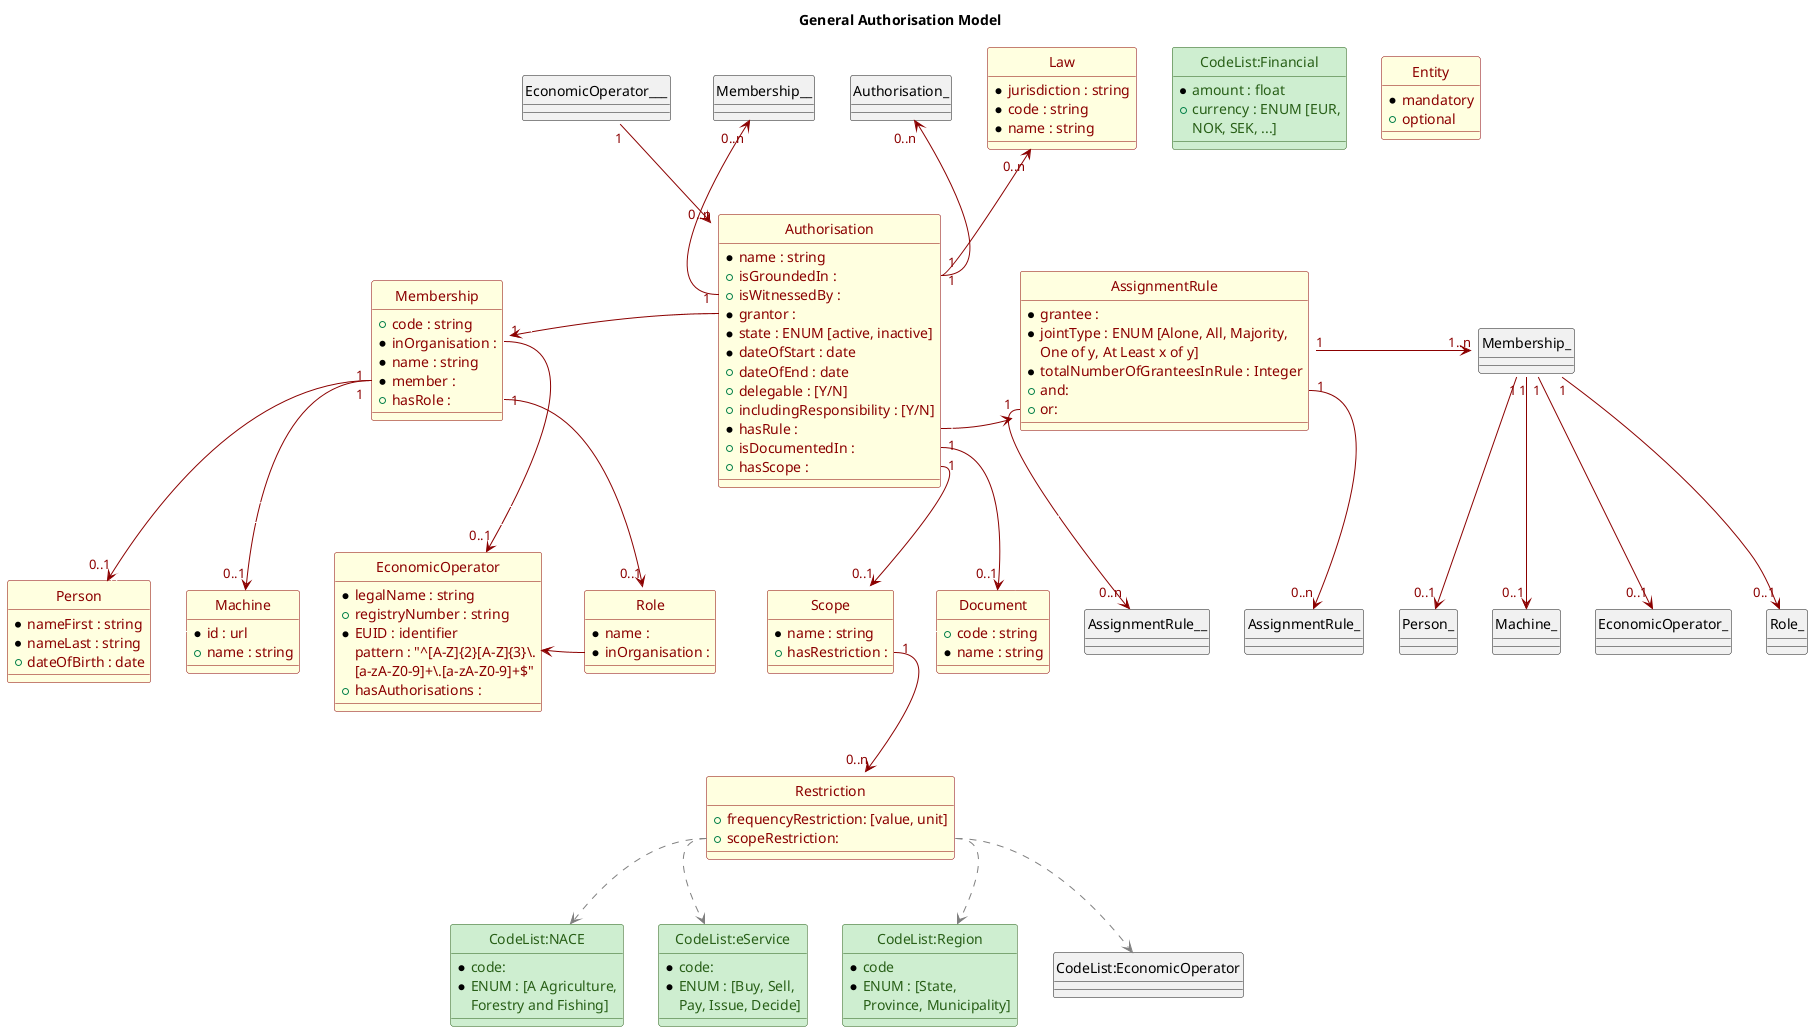
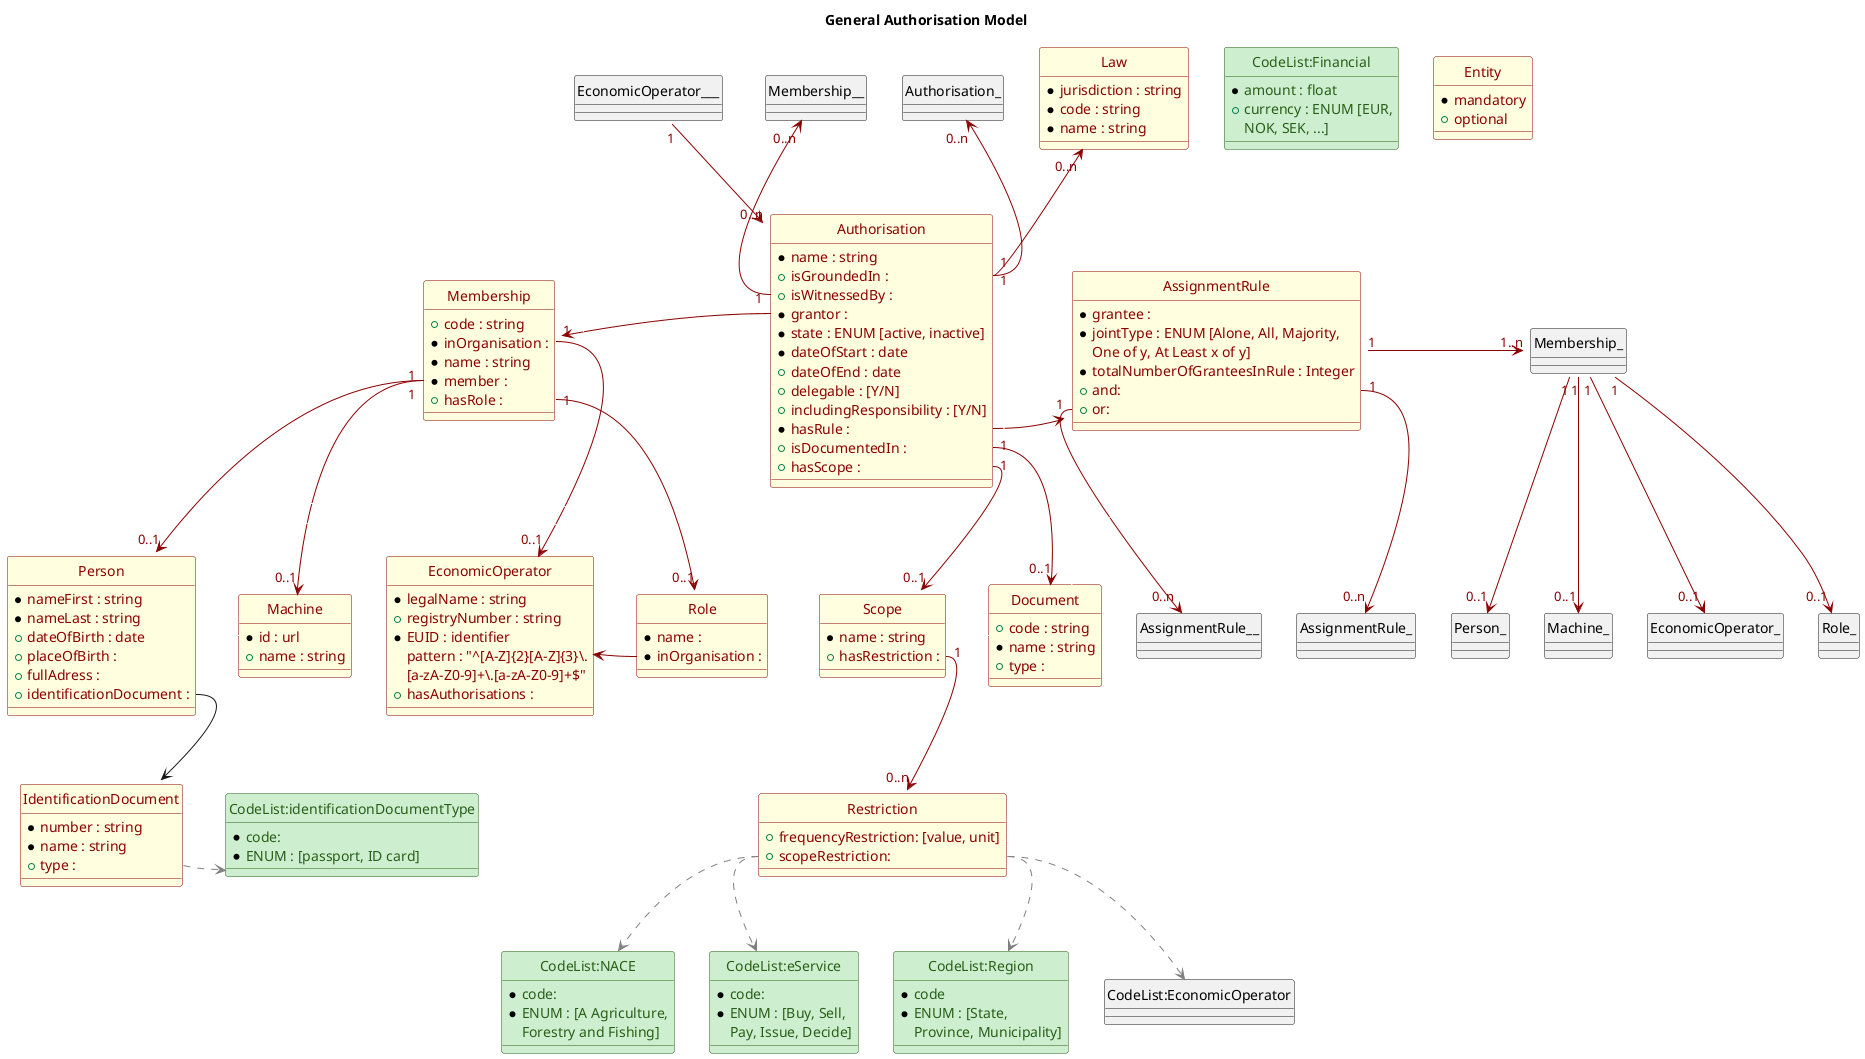
@startuml
title General Authorisation Model

class Authorisation {
 *name : string
 +isGroundedIn :
 +isWitnessedBy :
 *grantor :
 *state : ENUM [active, inactive]
 *dateOfStart : date
 +dateOfEnd : date
 +delegable : [Y/N]
 +includingResponsibility : [Y/N]
 *hasRule :
 +isDocumentedIn :
 +hasScope :
}

class AssignmentRule {
 *grantee :
 *jointType : ENUM [Alone, All, Majority,
 One of y, At Least x of y]
 *totalNumberOfGranteesInRule : Integer
 +and:
 +or:
}

class Law {
 *jurisdiction : string
 *code : string
 *name : string
}

class Document {
 +code : string
 *name : string
+  +type :
+ }
+ 
+ class IdentificationDocument {
+  *number : string
+  *name : string
+  +type :
}

class Membership {
 +code : string
 *inOrganisation :
 *name : string
 *member :
 +hasRole :
}

class Machine {
 *id : url
 +name : string
}

class Person {
 *nameFirst : string
 *nameLast : string
 +dateOfBirth : date
+  +placeOfBirth :
+  +fullAdress :
+  +identificationDocument :
}

class Role {
 *name :
 *inOrganisation :
}

class Restriction {
 +frequencyRestriction: [value, unit]
 +scopeRestriction:
}

class CodeList:Financial
{
 *amount : float
 +currency : ENUM [EUR,
 NOK, SEK, ...]
}

class CodeList:NACE
{
 *code:
 *ENUM : [A Agriculture,
 Forestry and Fishing]
+ }
+ 
+ class CodeList:identificationDocumentType
+ {
+  *code:
+  *ENUM : [passport, ID card]
}

class CodeList:eService
{
 *code:
 *ENUM : [Buy, Sell,
 Pay, Issue, Decide]
}

class CodeList:Region
{
 *code
 *ENUM : [State,
 Province, Municipality]
}

class  EconomicOperator
{
 *legalName : string
 +registryNumber : string
 *EUID : identifier
 pattern : "^[A-Z]{2}[A-Z]{3}\\.
 [a-zA-Z0-9]+\\.[a-zA-Z0-9]+$"
 +hasAuthorisations :
}

class Scope {
 *name : string
 +hasRestriction :
}

class Entity {
 *mandatory
 +optional
}

EconomicOperator___::hasAuthorisations "1" -down-> "0..n" Authorisation #line:DarkRed;text:DarkRed
Authorisation::grantor "1" -left-> "1..n" Membership #line:DarkRed;text:White :_____
Authorisation::isWitnessedBy "1" -up-> "0..n" Membership__ #line:DarkRed;text:DarkRed
Authorisation::isGroundedIn "1" -up-> "0..n" Law #line:DarkRed;text:DarkRed
Authorisation::isGroundedIn "1" -up-> "0..n" Authorisation_ #line:DarkRed;text:DarkRed
Authorisation::hasScope "1" -down-> "0..1" Scope #line:DarkRed;text:DarkRed
Authorisation::isDocumentedIn "1" -down-> "0..1" Document #line:DarkRed;text:DarkRed
Authorisation::hasRule "1" -right-> "1" AssignmentRule #line:DarkRed;text:White :_____

AssignmentRule::isAssignedTo "1" -right-> "1..n" Membership_ #line:DarkRed;text:DarkRed
AssignmentRule::and "1" -down-> "0..n" AssignmentRule_ #line:DarkRed;text:DarkRed
AssignmentRule::or "1" -down-> "0..n" AssignmentRule__ #line:DarkRed;text:DarkRed

Membership::hasRole "1" -down-> "0..1" Role #line:DarkRed;text:DarkRed
Membership::member "1" -down-> "0..1" Person  #line:DarkRed;text:DarkRed
Membership::member "1" -down-> "0..1" Machine  #line:DarkRed;text:DarkRed
Membership::inOrganisation "1" -down-> "0..1" EconomicOperator  #line:DarkRed;text:DarkRed
Membership_::hasRole "1" -down-> "0..1" Role_ #line:DarkRed;text:DarkRed
Membership_::member "1" -down-> "0..1" Person_  #line:DarkRed;text:DarkRed
Membership_::member "1" -down-> "0..1" Machine_  #line:DarkRed;text:DarkRed
Membership_::inOrganisation "1" -down-> "0..1" EconomicOperator_  #line:DarkRed;text:DarkRed

Restriction::scopeRestriction .down.> "CodeList:NACE" #line:Gray;text:DarkRed
Restriction::scopeRestriction .down.> "CodeList:eService" #line:Gray;text:DarkRed
Restriction::scopeRestriction .down.> "CodeList:EconomicOperator" #line:Gray;text:DarkRed
Restriction::scopeRestriction .down.> "CodeList:Region" #line:Gray;text:DarkRed

+ Person::identificationDocument -down-> IdentificationDocument
+ IdentificationDocument::type .right.> "CodeList:identificationDocumentType" #line:Gray;text:DarkRed
+ 
Role::inOrganisation -left-> "EconomicOperator" #line:DarkRed;text:DarkRed

Scope::hasRestriction "1" -down-> "0..n" Restriction #line:DarkRed;text:DarkRed

Document -left- Scope #line:white
AssignmentRule -down-> Document #line:White
Role -right- Person #line:White
Person -right- Machine #line:White
Role -left- Person #line:White
Membership__ -right- Authorisation_ #line:White

class Authorisation #LightYellow;line:DarkRed;text:DarkRed
class Law #LightYellow;line:DarkRed;text:DarkRed
class Scope #LightYellow;line:DarkRed;text:DarkRed
- class CodeList:eService #CEEED0;line:285F17;text:285F17
class Document #LightYellow;line:DarkRed;text:DarkRed
- class CodeList:Financial #CEEED0;line:285F17;text:285F17
- class CodeList:NACE #CEEED0;line:285F17;text:285F17
- class CodeList:Region #CEEED0;line:285F17;text:285F17
+ class IdentificationDocument #LightYellow;line:DarkRed;text:DarkRed
class EconomicOperator #LightYellow;line:DarkRed;text:DarkRed
class Membership #LightYellow;line:DarkRed;text:DarkRed
class Role #LightYellow;line:DarkRed;text:DarkRed
class Person #LightYellow;line:DarkRed;text:DarkRed
class Machine #LightYellow;line:DarkRed;text:DarkRed
class AssignmentRule #LightYellow;line:DarkRed;text:DarkRed
class Restriction #LightYellow;line:DarkRed;text:DarkRed
class Entity #LightYellow;line:DarkRed;text:DarkRed
+ class CodeList:eService #CEEED0;line:285F17;text:285F17
+ class CodeList:Financial #CEEED0;line:285F17;text:285F17
+ class CodeList:NACE #CEEED0;line:285F17;text:285F17
+ class CodeList:Region #CEEED0;line:285F17;text:285F17
+ class CodeList:identificationDocumentType #CEEED0;line:285F17;text:285F17

hide circle

@enduml
- 
